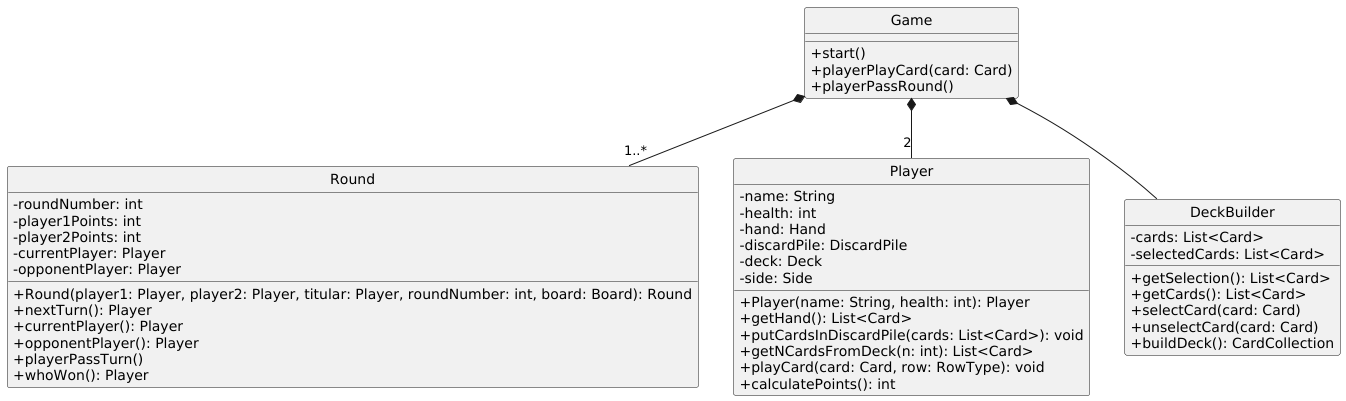
This is diagrams/classes/game.png from Yonhir/algo3_proyecto_base_tp2, a PlantUML export, as it was before one commit. Source of this version:
```plantuml
@startuml

skinparam monochrome true
hide circle
skinparam classAttributeIconSize 0

class Game {
  +start()
  +playerPlayCard(card: Card)
  +playerPassRound()
}

class Round {
  -roundNumber: int
  -player1Points: int
  -player2Points: int
  -currentPlayer: Player
  -opponentPlayer: Player
  +Round(player1: Player, player2: Player, titular: Player, roundNumber: int, board: Board): Round
  +nextTurn(): Player
  +currentPlayer(): Player
  +opponentPlayer(): Player
  +playerPassTurn()
  +whoWon(): Player
}

class Player {
  -name: String
  -health: int
  -hand: Hand
  -discardPile: DiscardPile
  -deck: Deck
  -side: Side
  +Player(name: String, health: int): Player
  +getHand(): List<Card>
  +putCardsInDiscardPile(cards: List<Card>): void
  +getNCardsFromDeck(n: int): List<Card>
  +playCard(card: Card, row: RowType): void
  +calculatePoints(): int
}

class DeckBuilder {
  -cards: List<Card>
  -selectedCards: List<Card>
  +getSelection(): List<Card>
  +getCards(): List<Card>
  +selectCard(card: Card)
  +unselectCard(card: Card)
  +buildDeck(): CardCollection
}


Game *-- "1..*" Round
Game *-- "2" Player
Game *-- DeckBuilder

@enduml
```
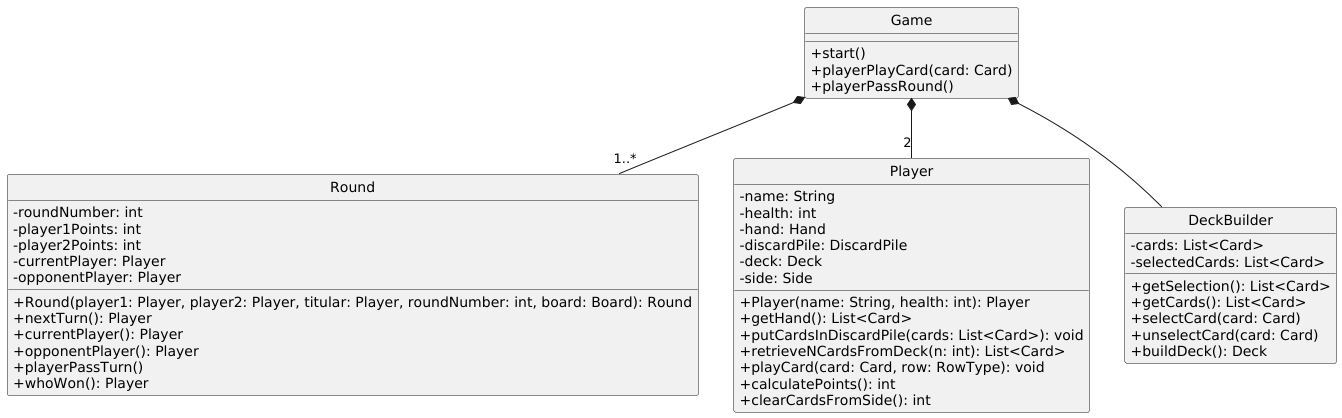
After the change.

Commit message:
cambio en nombres de métodos de las clases Player y DeckBuilder

Change to the diagram source:
```diff
@@ -34,9 +34,10 @@
   +Player(name: String, health: int): Player
   +getHand(): List<Card>
   +putCardsInDiscardPile(cards: List<Card>): void
-  +getNCardsFromDeck(n: int): List<Card>
+  +retrieveNCardsFromDeck(n: int): List<Card>
   +playCard(card: Card, row: RowType): void
   +calculatePoints(): int
+  +clearCardsFromSide(): int
 }
 
 class DeckBuilder {
@@ -46,7 +47,7 @@
   +getCards(): List<Card>
   +selectCard(card: Card)
   +unselectCard(card: Card)
-  +buildDeck(): CardCollection
+  +buildDeck(): Deck
 }
 
 
```
